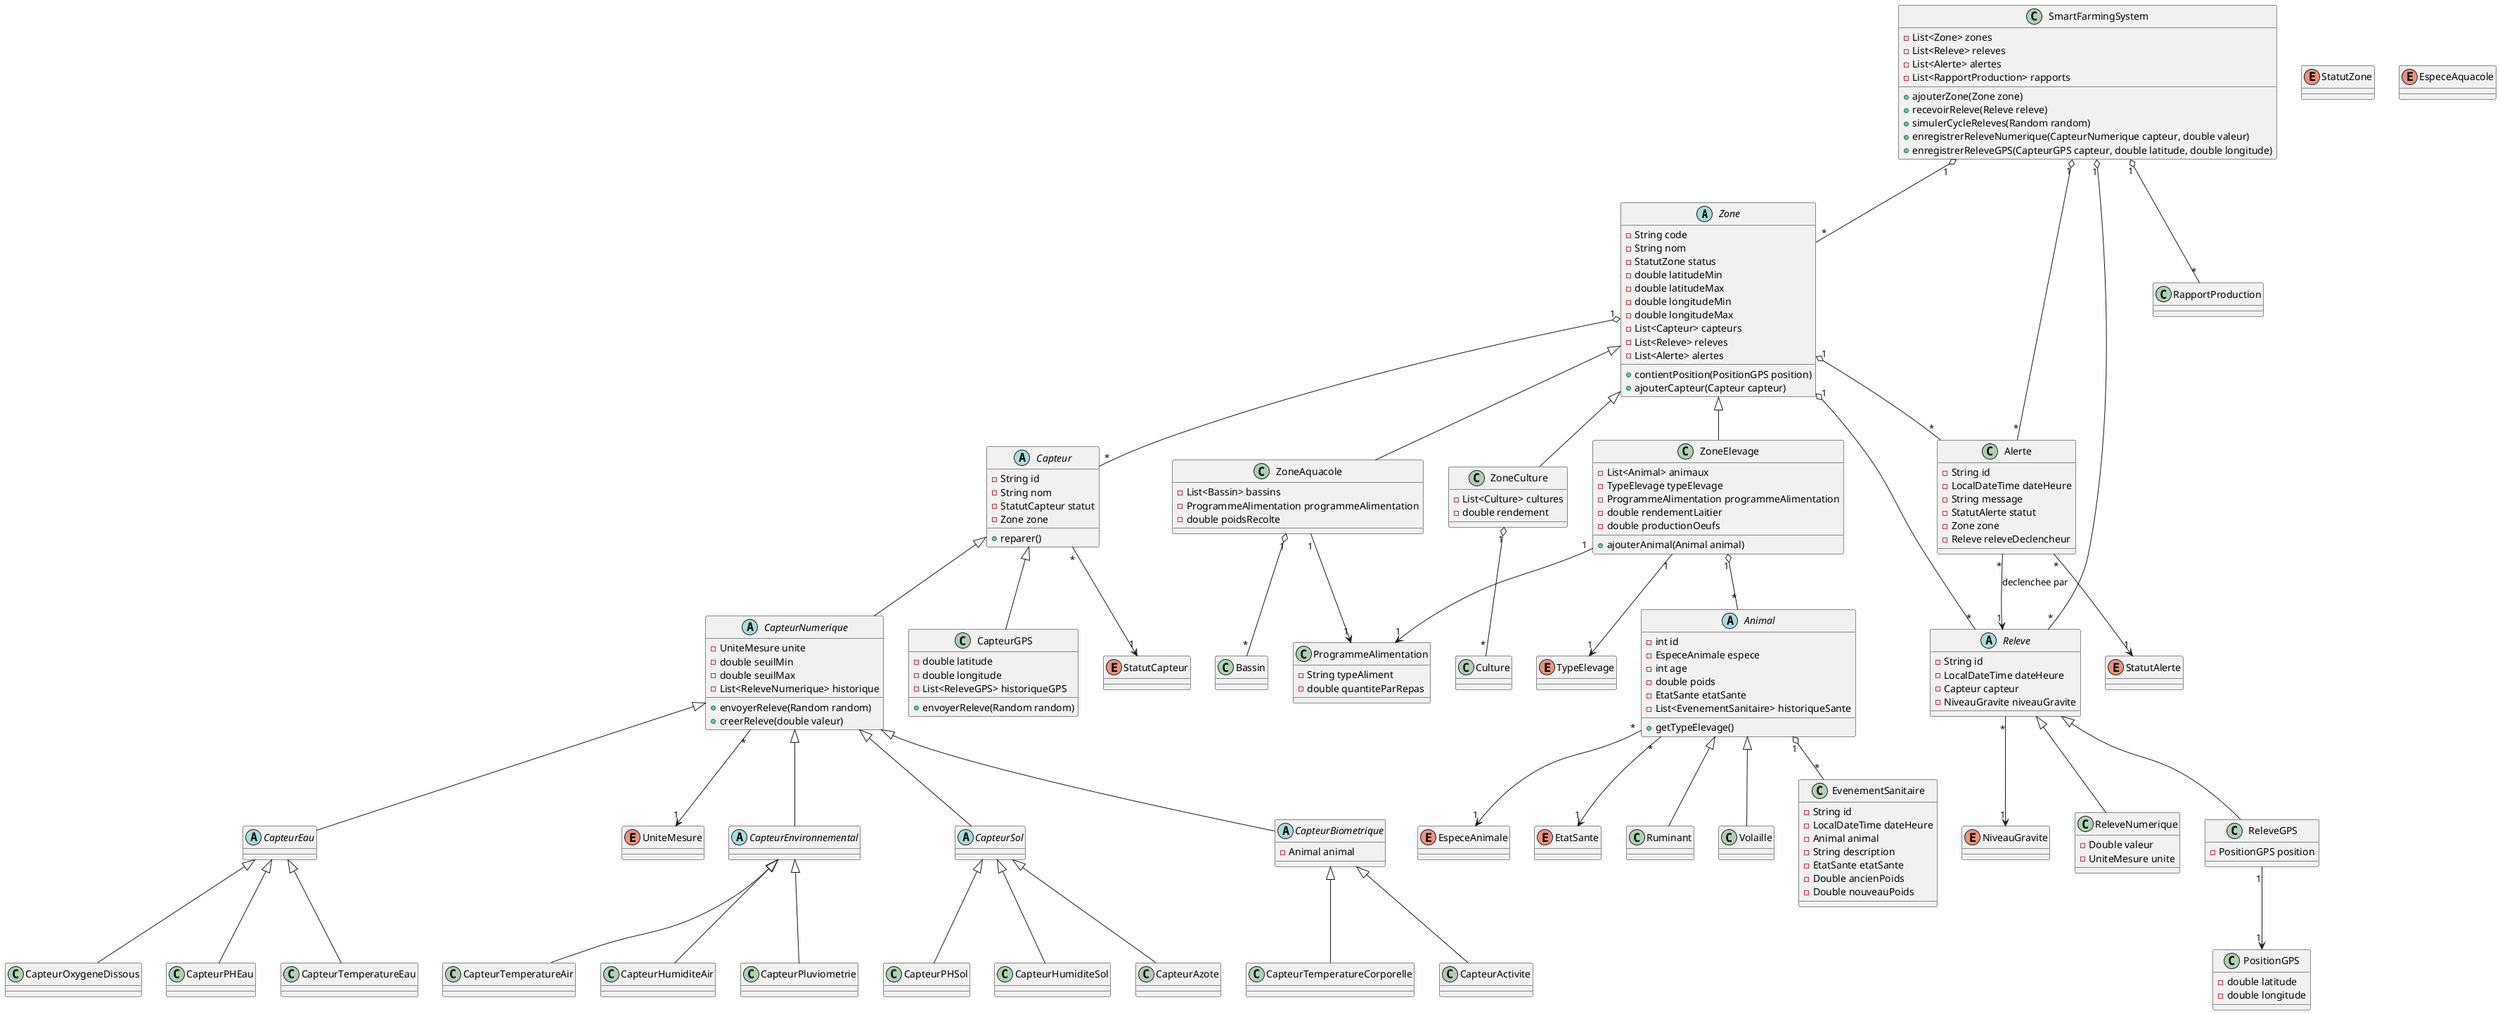
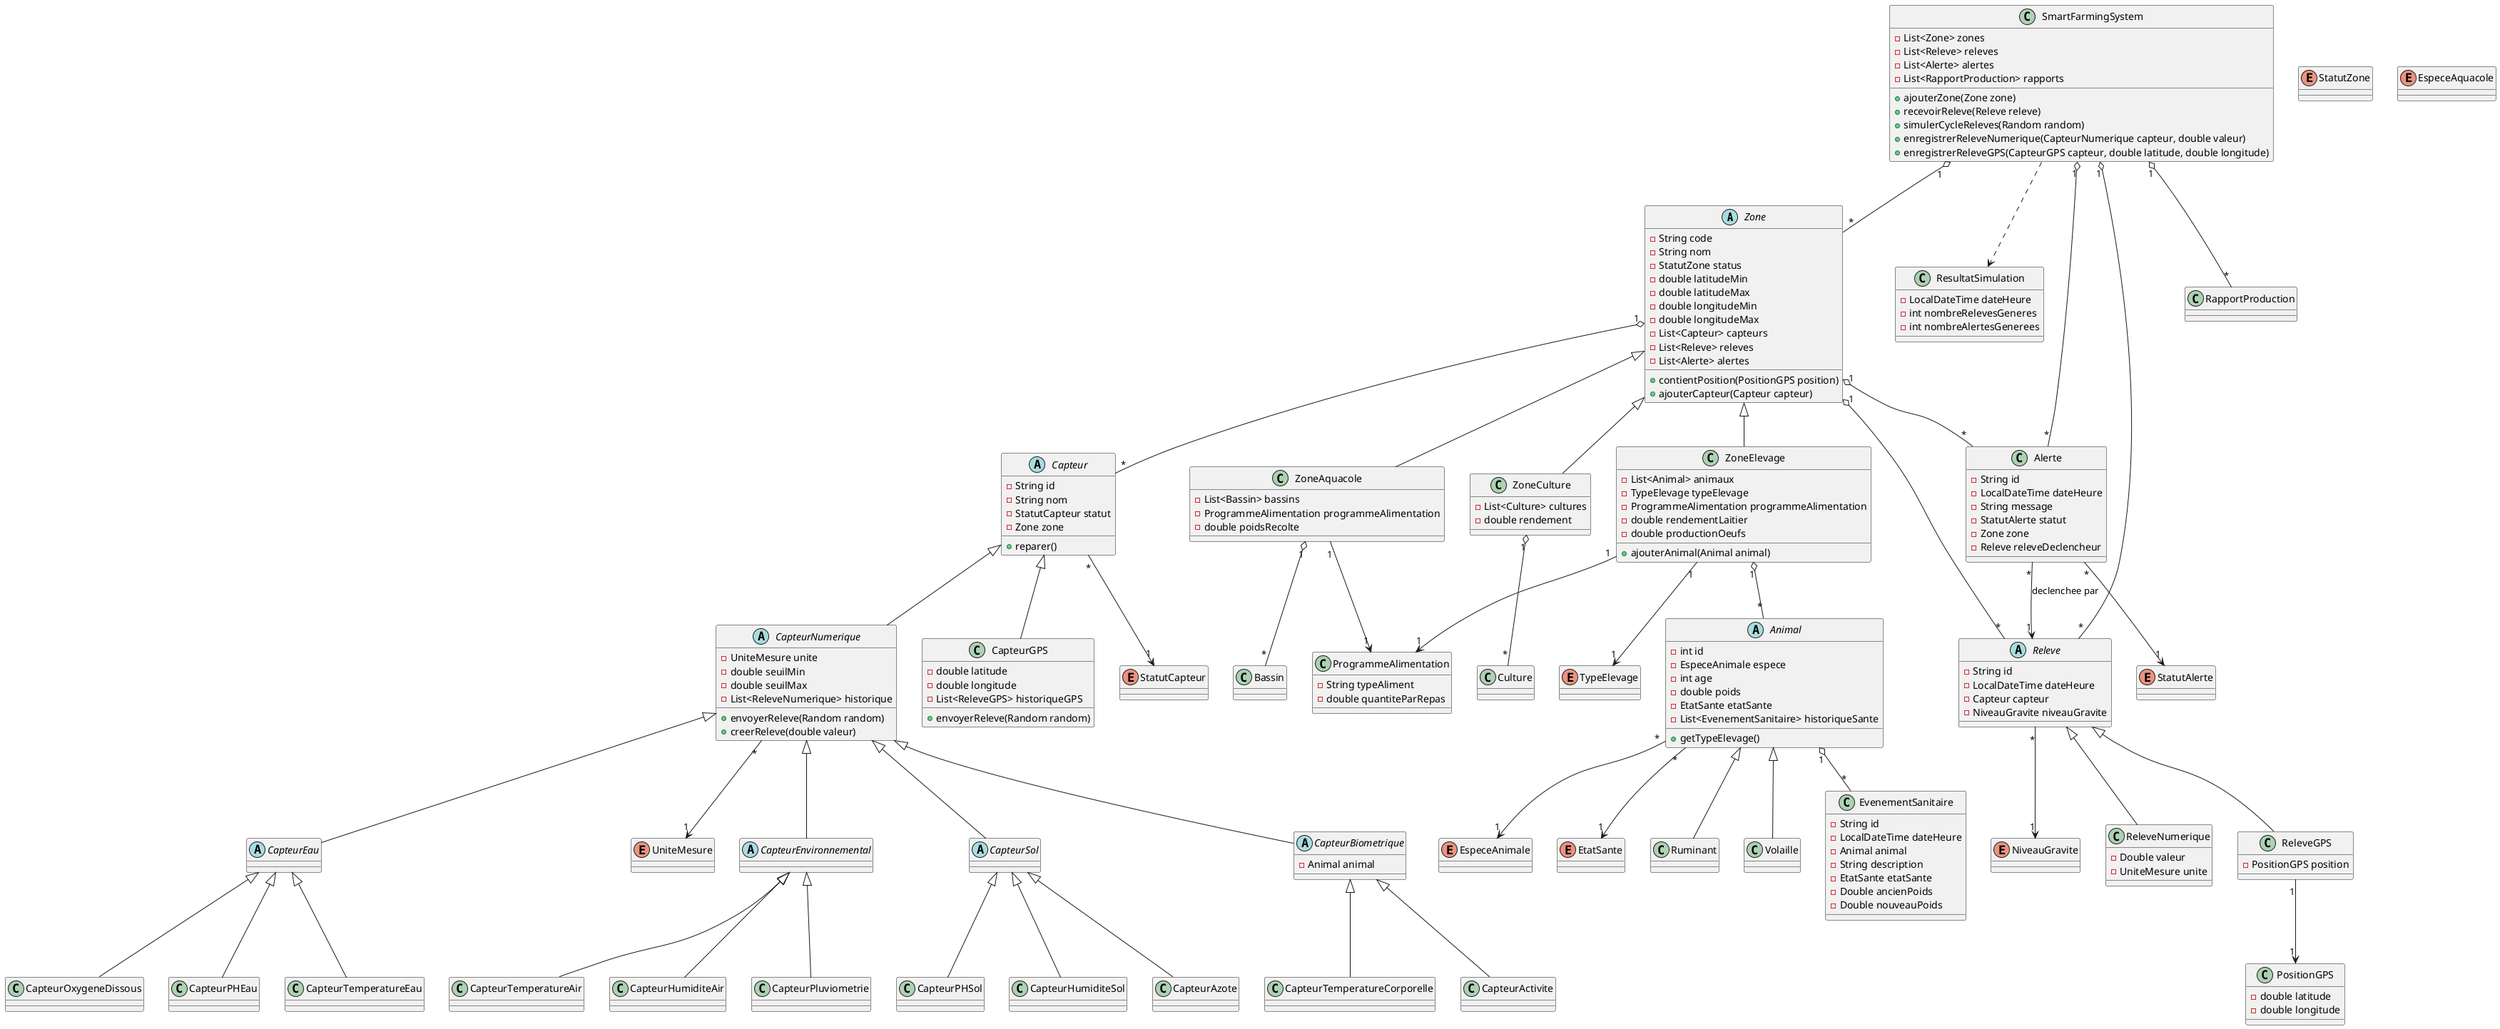
@startuml
abstract class Zone {
	- String code
	- String nom
	- StatutZone status
	- double latitudeMin
	- double latitudeMax
	- double longitudeMin
	- double longitudeMax
	- List<Capteur> capteurs
	- List<Releve> releves
	- List<Alerte> alertes
	+ contientPosition(PositionGPS position)
	+ ajouterCapteur(Capteur capteur)
}

class ZoneCulture {
	- List<Culture> cultures
	- double rendement
}

class ZoneElevage {
	- List<Animal> animaux
	- TypeElevage typeElevage
	- ProgrammeAlimentation programmeAlimentation
	- double rendementLaitier
	- double productionOeufs
	+ ajouterAnimal(Animal animal)
}

class ZoneAquacole {
	- List<Bassin> bassins
	- ProgrammeAlimentation programmeAlimentation
	- double poidsRecolte
}

class SmartFarmingSystem {
	- List<Zone> zones
	- List<Releve> releves
	- List<Alerte> alertes
	- List<RapportProduction> rapports
	+ ajouterZone(Zone zone)
	+ recevoirReleve(Releve releve)
	+ simulerCycleReleves(Random random)
	+ enregistrerReleveNumerique(CapteurNumerique capteur, double valeur)
	+ enregistrerReleveGPS(CapteurGPS capteur, double latitude, double longitude)
+ }
+ 
+ class ResultatSimulation {
+ 	- LocalDateTime dateHeure
+ 	- int nombreRelevesGeneres
+ 	- int nombreAlertesGenerees
}

abstract class Animal {
	- int id
	- EspeceAnimale espece
	- int age
	- double poids
	- EtatSante etatSante
	- List<EvenementSanitaire> historiqueSante
	+ getTypeElevage()
}

class Ruminant
class Volaille

class EvenementSanitaire {
	- String id
	- LocalDateTime dateHeure
	- Animal animal
	- String description
	- EtatSante etatSante
	- Double ancienPoids
	- Double nouveauPoids
}

class ProgrammeAlimentation {
	- String typeAliment
	- double quantiteParRepas
}

class Culture
class Bassin

abstract class Capteur {
	- String id
	- String nom
	- StatutCapteur statut
	- Zone zone
	+ reparer()
}

abstract class CapteurNumerique {
	- UniteMesure unite
	- double seuilMin
	- double seuilMax
	- List<ReleveNumerique> historique
	+ envoyerReleve(Random random)
	+ creerReleve(double valeur)
}

abstract class CapteurEnvironnemental
abstract class CapteurSol
abstract class CapteurBiometrique {
	- Animal animal
}
abstract class CapteurEau

class CapteurTemperatureAir
class CapteurHumiditeAir
class CapteurPluviometrie
class CapteurPHSol
class CapteurHumiditeSol
class CapteurAzote
class CapteurTemperatureCorporelle
class CapteurActivite
class CapteurTemperatureEau
class CapteurOxygeneDissous
class CapteurPHEau
class CapteurGPS {
	- double latitude
	- double longitude
	- List<ReleveGPS> historiqueGPS
	+ envoyerReleve(Random random)
}

abstract class Releve {
	- String id
	- LocalDateTime dateHeure
	- Capteur capteur
	- NiveauGravite niveauGravite
}

class ReleveNumerique {
	- Double valeur
	- UniteMesure unite
}

class ReleveGPS {
	- PositionGPS position
}

class PositionGPS {
	- double latitude
	- double longitude
}

class Alerte {
	- String id
	- LocalDateTime dateHeure
	- String message
	- StatutAlerte statut
	- Zone zone
	- Releve releveDeclencheur
}

class RapportProduction

enum TypeElevage
enum StatutZone
enum StatutCapteur
enum StatutAlerte
enum NiveauGravite
enum UniteMesure
enum EspeceAnimale
enum EspeceAquacole
enum EtatSante

Zone <|-- ZoneCulture
Zone <|-- ZoneElevage
Zone <|-- ZoneAquacole
SmartFarmingSystem "1" o-- "*" Zone
SmartFarmingSystem "1" o-- "*" Releve
SmartFarmingSystem "1" o-- "*" Alerte
SmartFarmingSystem "1" o-- "*" RapportProduction
+ SmartFarmingSystem ..> ResultatSimulation

ZoneCulture "1" o-- "*" Culture
ZoneElevage "1" o-- "*" Animal
ZoneElevage "1" --> "1" TypeElevage
ZoneElevage "1" --> "1" ProgrammeAlimentation
ZoneAquacole "1" o-- "*" Bassin
ZoneAquacole "1" --> "1" ProgrammeAlimentation
Zone "1" o-- "*" Capteur
Zone "1" o-- "*" Releve
Zone "1" o-- "*" Alerte

Animal <|-- Ruminant
Animal <|-- Volaille
Animal "1" o-- "*" EvenementSanitaire
Animal "*" --> "1" EspeceAnimale
Animal "*" --> "1" EtatSante

Capteur <|-- CapteurNumerique
Capteur <|-- CapteurGPS
CapteurNumerique <|-- CapteurEnvironnemental
CapteurNumerique <|-- CapteurSol
CapteurNumerique <|-- CapteurBiometrique
CapteurNumerique <|-- CapteurEau
CapteurEnvironnemental <|-- CapteurTemperatureAir
CapteurEnvironnemental <|-- CapteurHumiditeAir
CapteurEnvironnemental <|-- CapteurPluviometrie
CapteurSol <|-- CapteurPHSol
CapteurSol <|-- CapteurHumiditeSol
CapteurSol <|-- CapteurAzote
CapteurBiometrique <|-- CapteurTemperatureCorporelle
CapteurBiometrique <|-- CapteurActivite
CapteurEau <|-- CapteurTemperatureEau
CapteurEau <|-- CapteurOxygeneDissous
CapteurEau <|-- CapteurPHEau

Releve <|-- ReleveNumerique
Releve <|-- ReleveGPS
ReleveGPS "1" --> "1" PositionGPS
Releve "*" --> "1" NiveauGravite
Alerte "*" --> "1" Releve : declenchee par
Alerte "*" --> "1" StatutAlerte
Capteur "*" --> "1" StatutCapteur
CapteurNumerique "*" --> "1" UniteMesure
@enduml
